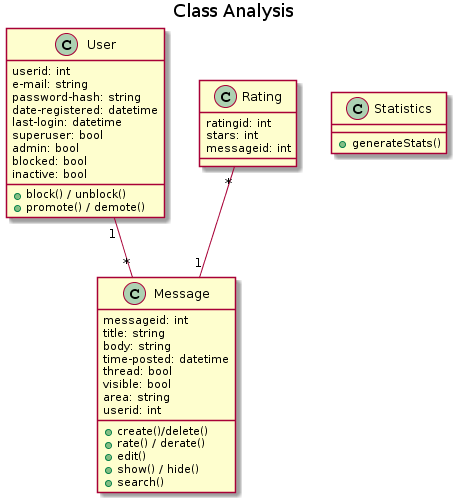
Above: Project/Doc/Analysis/class_analysis.png in ZiggyMaes/NMCT-Server-Side-Applications (PlantUML), before the change.
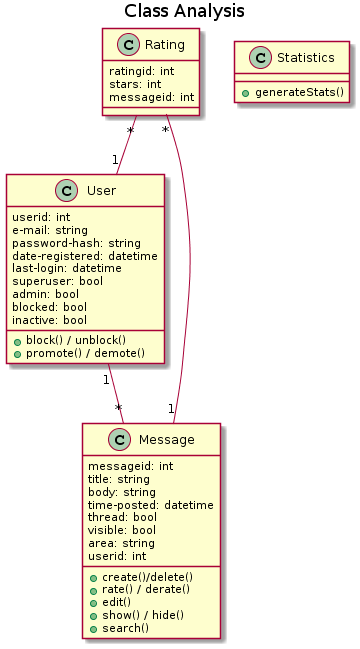
After the change.

Commit message:
Added relation between user and ratings.

Change to the diagram source:
```diff
@@ -3,6 +3,7 @@
 
 User "1" -- "*" Message
 Rating "*" -- "1" Message
+Rating "*" -- "1" User
 
 class User {
     userid: int
```
